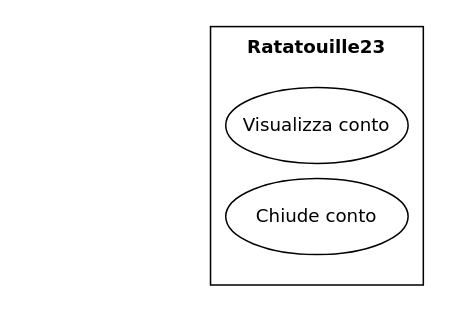
Before: Documentazione/UseCaseDiagram Gestisce conto.drawio in vittorioruggiero/Progetto-IngSw, a draw.io diagram. Source tidied: cells renumbered, new cells numbered last; positions are measured from the earlier drawing's top-left corner, leaving out a move shared by most shapes. Both pictures are drawn from the tidied source at 152%, with x=0, y=0 at pixel (210, 26).
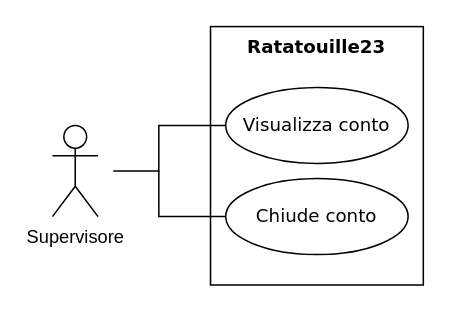
The same page after the edit.

Diff of the diagram source:
```diff
@@
 <mxGraphModel>
   <root>
     <mxCell id="0" />
     <mxCell id="1" parent="0" />
     <mxCell id="2" style="rounded=0;whiteSpace=wrap;html=1;fontFamily=Verdana;" parent="1" vertex="1">
       <mxGeometry width="140" height="170" as="geometry" />
     </mxCell>
     <mxCell id="3" value="Visualizza conto" style="ellipse;whiteSpace=wrap;html=1;fontFamily=Verdana;" parent="1" vertex="1">
       <mxGeometry x="10" y="40" width="120" height="50" as="geometry" />
     </mxCell>
     <mxCell id="4" value="Chiude conto" style="ellipse;whiteSpace=wrap;html=1;fontFamily=Verdana;" parent="1" vertex="1">
       <mxGeometry x="10" y="100" width="120" height="50" as="geometry" />
     </mxCell>
     <mxCell id="5" value="Ratatouille23" style="text;align=center;fontStyle=1;verticalAlign=middle;spacingLeft=3;spacingRight=3;strokeColor=none;fontFamily=Verdana;" parent="1" vertex="1">
       <mxGeometry x="30" width="80" height="26" as="geometry" />
     </mxCell>
+    <mxCell id="6" value="Supervisore" style="shape=umlActor;verticalLabelPosition=bottom;verticalAlign=top;html=1;" parent="1" vertex="1">
+      <mxGeometry x="-104" y="65" width="30" height="60" as="geometry" />
+    </mxCell>
+    <mxCell id="7" style="endArrow=none;html=1;rounded=0;entryX=0;entryY=0.5;entryDx=0;entryDy=0;" parent="1" edge="1" target="3">
+      <mxGeometry relative="1" as="geometry">
+        <mxPoint x="-64" y="95" as="sourcePoint" />
+        <Array as="points">
+          <mxPoint x="-34" y="95" />
+          <mxPoint x="-34" y="65" />
+        </Array>
+      </mxGeometry>
+    </mxCell>
+    <mxCell id="8" style="endArrow=none;html=1;rounded=0;entryX=0;entryY=0.5;entryDx=0;entryDy=0;" parent="1" edge="1" target="4">
+      <mxGeometry relative="1" as="geometry">
+        <mxPoint x="-34" y="95" as="sourcePoint" />
+        <Array as="points">
+          <mxPoint x="-34" y="125" />
+        </Array>
+      </mxGeometry>
+    </mxCell>
   </root>
 </mxGraphModel>
```
